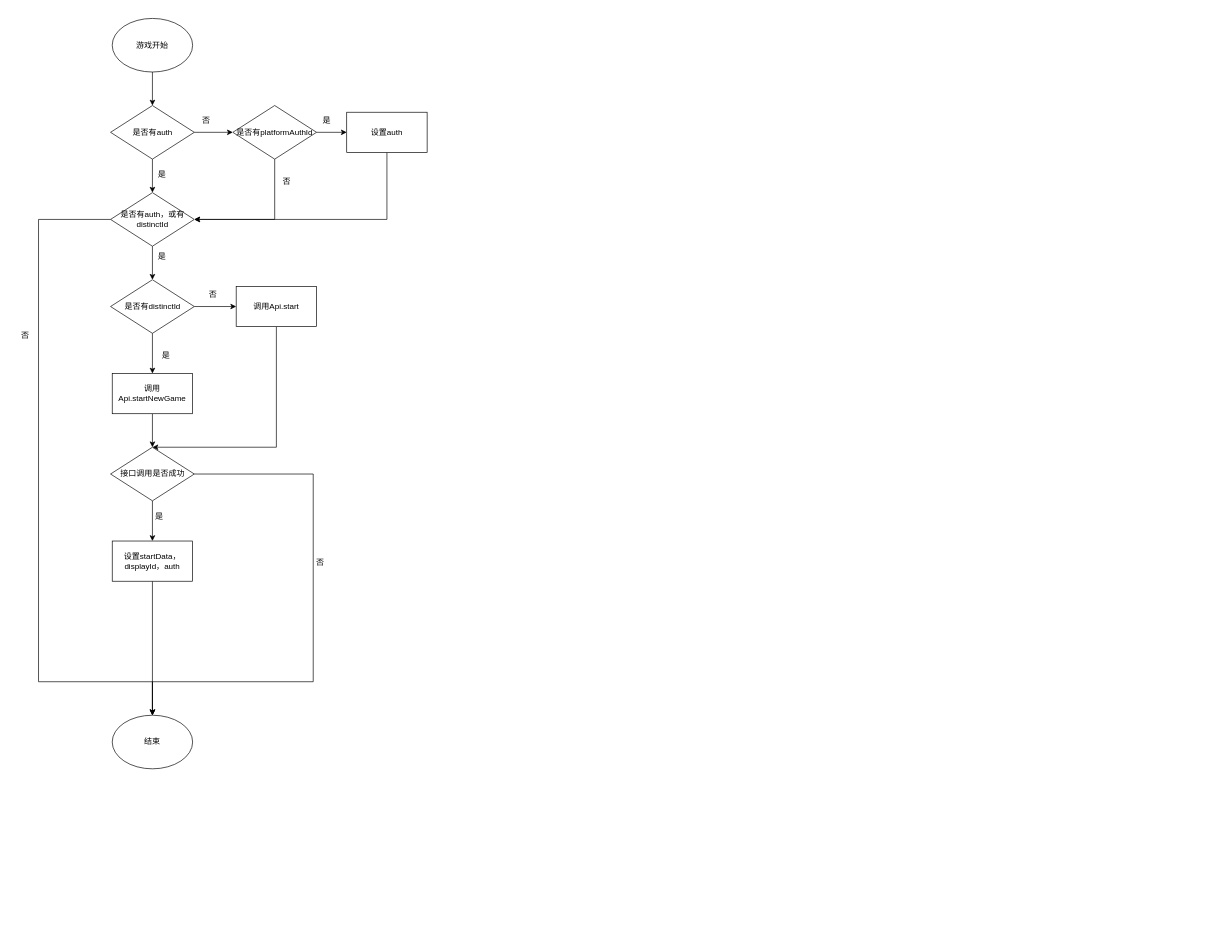
Earlier version of the draw.io diagram 车车登录.drawio (lxy8228535/Diagrams). Source tidied: cells renumbered, new cells numbered last; positions are measured from the earlier drawing's top-left corner, leaving out a move shared by most shapes. Both pictures are drawn from the tidied source at 67%, with x=0, y=0 at pixel (11, 18).
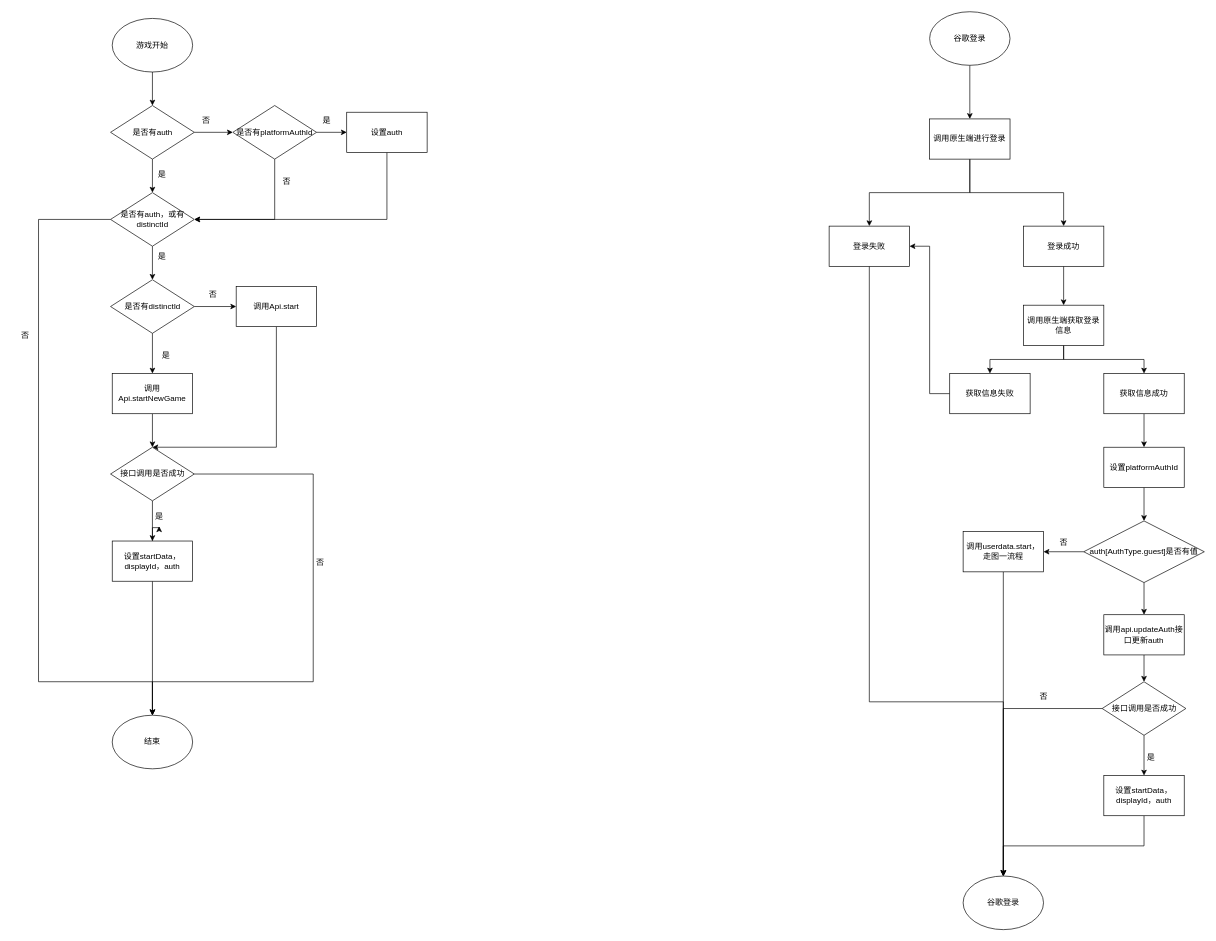
After the change.

Commit message (it also covers changes not shown here):
更新车车登录.drawio

Unchanged cells that the change refers to:
```xml
<mxCell id="35" value="设置startData，displayId，auth" style="whiteSpace=wrap;html=1;" parent="1" vertex="1">
  <mxGeometry x="150" y="780" width="120" height="60" as="geometry" />
</mxCell>
<mxCell id="36" value="是" style="text;html=1;align=center;verticalAlign=middle;points=[];strokeColor=none;fillColor=none;" parent="1" vertex="1">
  <mxGeometry x="200" y="728" width="40" height="30" as="geometry" />
</mxCell>
```

Diff of the diagram source:
```diff
@@
+    <mxCell id="38" style="edgeStyle=orthogonalEdgeStyle;rounded=0;jettySize=auto;html=1;" parent="1" edge="1" source="35" target="36">
+      <mxGeometry relative="1" as="geometry" />
+    </mxCell>
@@
+    <mxCell id="39" style="edgeStyle=orthogonalEdgeStyle;rounded=0;jettySize=auto;html=1;" parent="1" edge="1" source="40" target="43">
+      <mxGeometry relative="1" as="geometry" />
+    </mxCell>
+    <mxCell id="40" value="谷歌登录" style="ellipse;whiteSpace=wrap;html=1;" parent="1" vertex="1">
+      <mxGeometry x="1370" y="-10" width="120" height="80" as="geometry" />
+    </mxCell>
+    <mxCell id="41" style="edgeStyle=orthogonalEdgeStyle;rounded=0;jettySize=auto;html=1;exitX=0.5;exitY=1;exitDx=0;exitDy=0;entryX=0.5;entryY=0;entryDx=0;entryDy=0;" parent="1" edge="1" source="43" target="45">
+      <mxGeometry relative="1" as="geometry" />
+    </mxCell>
+    <mxCell id="42" style="edgeStyle=orthogonalEdgeStyle;rounded=0;jettySize=auto;html=1;exitX=0.5;exitY=1;exitDx=0;exitDy=0;entryX=0.5;entryY=0;entryDx=0;entryDy=0;" parent="1" edge="1" source="43" target="48">
+      <mxGeometry relative="1" as="geometry" />
+    </mxCell>
+    <mxCell id="43" value="调用原生端进行登录" style="rounded=0;whiteSpace=wrap;html=1;" parent="1" vertex="1">
+      <mxGeometry x="1370" y="150" width="120" height="60" as="geometry" />
+    </mxCell>
+    <mxCell id="44" style="edgeStyle=orthogonalEdgeStyle;rounded=0;jettySize=auto;html=1;exitX=0.5;exitY=1;exitDx=0;exitDy=0;" parent="1" edge="1" source="45" target="46">
+      <mxGeometry relative="1" as="geometry">
+        <Array as="points">
+          <mxPoint x="1280" y="1020" />
+          <mxPoint x="1480" y="1020" />
+        </Array>
+      </mxGeometry>
+    </mxCell>
+    <mxCell id="45" value="登录失败" style="rounded=0;whiteSpace=wrap;html=1;" parent="1" vertex="1">
+      <mxGeometry x="1220" y="310" width="120" height="60" as="geometry" />
+    </mxCell>
+    <mxCell id="46" value="谷歌登录" style="ellipse;whiteSpace=wrap;html=1;" parent="1" vertex="1">
+      <mxGeometry x="1420" y="1280" width="120" height="80" as="geometry" />
+    </mxCell>
+    <mxCell id="47" style="edgeStyle=orthogonalEdgeStyle;rounded=0;jettySize=auto;html=1;" parent="1" edge="1" source="48" target="51">
+      <mxGeometry relative="1" as="geometry" />
+    </mxCell>
+    <mxCell id="48" value="登录成功" style="rounded=0;whiteSpace=wrap;html=1;" parent="1" vertex="1">
+      <mxGeometry x="1510" y="310" width="120" height="60" as="geometry" />
+    </mxCell>
+    <mxCell id="49" style="edgeStyle=orthogonalEdgeStyle;rounded=0;jettySize=auto;html=1;exitX=0.5;exitY=1;exitDx=0;exitDy=0;entryX=0.5;entryY=0;entryDx=0;entryDy=0;" parent="1" edge="1" source="51" target="53">
+      <mxGeometry relative="1" as="geometry" />
+    </mxCell>
+    <mxCell id="50" style="edgeStyle=orthogonalEdgeStyle;rounded=0;jettySize=auto;html=1;exitX=0.5;exitY=1;exitDx=0;exitDy=0;" parent="1" edge="1" source="51" target="55">
+      <mxGeometry relative="1" as="geometry" />
+    </mxCell>
+    <mxCell id="51" value="调用原生端获取登录信息" style="rounded=0;whiteSpace=wrap;html=1;" parent="1" vertex="1">
+      <mxGeometry x="1510" y="428" width="120" height="60" as="geometry" />
+    </mxCell>
+    <mxCell id="52" style="edgeStyle=orthogonalEdgeStyle;rounded=0;jettySize=auto;html=1;exitX=0;exitY=0.5;exitDx=0;exitDy=0;entryX=1;entryY=0.5;entryDx=0;entryDy=0;" parent="1" edge="1" source="53" target="45">
+      <mxGeometry relative="1" as="geometry" />
+    </mxCell>
+    <mxCell id="53" value="获取信息失败" style="rounded=0;whiteSpace=wrap;html=1;" parent="1" vertex="1">
+      <mxGeometry x="1400" y="530" width="120" height="60" as="geometry" />
+    </mxCell>
+    <mxCell id="54" style="edgeStyle=orthogonalEdgeStyle;rounded=0;jettySize=auto;html=1;" parent="1" edge="1" source="55" target="57">
+      <mxGeometry relative="1" as="geometry" />
+    </mxCell>
+    <mxCell id="55" value="获取信息成功" style="rounded=0;whiteSpace=wrap;html=1;" parent="1" vertex="1">
+      <mxGeometry x="1630" y="530" width="120" height="60" as="geometry" />
+    </mxCell>
+    <mxCell id="56" style="edgeStyle=orthogonalEdgeStyle;rounded=0;jettySize=auto;html=1;" parent="1" edge="1" source="57" target="60">
+      <mxGeometry relative="1" as="geometry" />
+    </mxCell>
+    <mxCell id="57" value="设置platformAuthId" style="rounded=0;whiteSpace=wrap;html=1;" parent="1" vertex="1">
+      <mxGeometry x="1630" y="640" width="120" height="60" as="geometry" />
+    </mxCell>
+    <mxCell id="58" style="edgeStyle=orthogonalEdgeStyle;rounded=0;jettySize=auto;html=1;" parent="1" edge="1" source="60" target="62">
+      <mxGeometry relative="1" as="geometry" />
+    </mxCell>
+    <mxCell id="59" style="edgeStyle=orthogonalEdgeStyle;rounded=0;jettySize=auto;html=1;" parent="1" edge="1" source="60" target="65">
+      <mxGeometry relative="1" as="geometry" />
+    </mxCell>
+    <mxCell id="60" value="auth[AuthType.guest]是否有值" style="rhombus;whiteSpace=wrap;html=1;" parent="1" vertex="1">
+      <mxGeometry x="1600" y="750" width="180" height="92" as="geometry" />
+    </mxCell>
+    <mxCell id="61" style="edgeStyle=orthogonalEdgeStyle;rounded=0;jettySize=auto;html=1;exitX=0.5;exitY=1;exitDx=0;exitDy=0;entryX=0.5;entryY=0;entryDx=0;entryDy=0;" parent="1" edge="1" source="62" target="46">
+      <mxGeometry relative="1" as="geometry" />
+    </mxCell>
+    <mxCell id="62" value="调用userdata.start，走图一流程" style="rounded=0;whiteSpace=wrap;html=1;" parent="1" vertex="1">
+      <mxGeometry x="1420" y="766" width="120" height="60" as="geometry" />
+    </mxCell>
+    <mxCell id="63" value="否" style="text;html=1;align=center;verticalAlign=middle;strokeColor=none;fillColor=none;" parent="1" vertex="1">
+      <mxGeometry x="1550" y="768" width="40" height="30" as="geometry" />
+    </mxCell>
+    <mxCell id="64" style="edgeStyle=orthogonalEdgeStyle;rounded=0;jettySize=auto;html=1;" parent="1" edge="1" source="65" target="68">
+      <mxGeometry relative="1" as="geometry" />
+    </mxCell>
+    <mxCell id="65" value="调用api.updateAuth接口更新auth" style="rounded=0;whiteSpace=wrap;html=1;" parent="1" vertex="1">
+      <mxGeometry x="1630" y="890" width="120" height="60" as="geometry" />
+    </mxCell>
+    <mxCell id="66" style="edgeStyle=orthogonalEdgeStyle;rounded=0;jettySize=auto;html=1;exitX=0;exitY=0.5;exitDx=0;exitDy=0;entryX=0.5;entryY=0;entryDx=0;entryDy=0;" parent="1" edge="1" source="68" target="46">
+      <mxGeometry relative="1" as="geometry" />
+    </mxCell>
+    <mxCell id="67" style="edgeStyle=orthogonalEdgeStyle;rounded=0;jettySize=auto;html=1;exitX=0.5;exitY=1;exitDx=0;exitDy=0;entryX=0.5;entryY=0;entryDx=0;entryDy=0;" parent="1" edge="1" source="68" target="70">
+      <mxGeometry relative="1" as="geometry" />
+    </mxCell>
+    <mxCell id="68" value="接口调用是否成功" style="rhombus;whiteSpace=wrap;html=1;" parent="1" vertex="1">
+      <mxGeometry x="1627.5" y="990" width="125" height="80" as="geometry" />
+    </mxCell>
+    <mxCell id="69" style="edgeStyle=orthogonalEdgeStyle;rounded=0;jettySize=auto;html=1;exitX=0.5;exitY=1;exitDx=0;exitDy=0;" parent="1" edge="1" source="70" target="46">
+      <mxGeometry relative="1" as="geometry" />
+    </mxCell>
+    <mxCell id="70" value="设置startData，displayId，auth" style="whiteSpace=wrap;html=1;" parent="1" vertex="1">
+      <mxGeometry x="1630" y="1130" width="120" height="60" as="geometry" />
+    </mxCell>
+    <mxCell id="71" value="否" style="text;html=1;align=center;verticalAlign=middle;strokeColor=none;fillColor=none;" parent="1" vertex="1">
+      <mxGeometry x="1520" y="998" width="40" height="30" as="geometry" />
+    </mxCell>
+    <mxCell id="72" value="是" style="text;html=1;align=center;verticalAlign=middle;strokeColor=none;fillColor=none;" parent="1" vertex="1">
+      <mxGeometry x="1680" y="1088" width="40" height="30" as="geometry" />
+    </mxCell>
```
